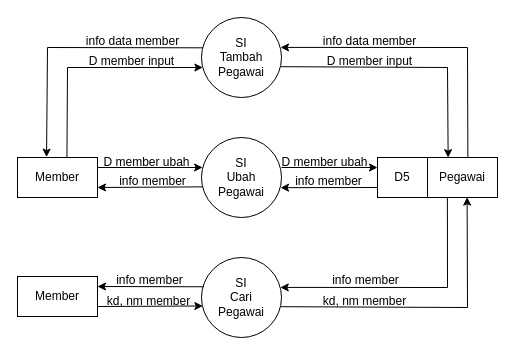
The draw.io diagram member 1.drawio in yogadwipayana/ERD, before the edit. Source tidied: cells renumbered, new cells numbered last; positions are measured from the earlier drawing's top-left corner, leaving out a move shared by most shapes. Both pictures are drawn from the tidied source at 100%, with x=0, y=0 at pixel (17, 17).
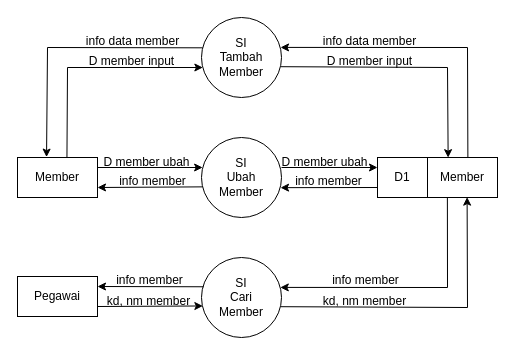
The same page after the edit.

What changed in the source:
```diff
@@
-    <mxCell id="3" value="SI&lt;div&gt;Ubah&lt;br&gt;&lt;div&gt;Pegawai&lt;/div&gt;&lt;/div&gt;" style="ellipse;whiteSpace=wrap;html=1;" parent="1" vertex="1">
+    <mxCell id="3" value="SI&lt;div&gt;Ubah&lt;br&gt;&lt;div&gt;Member&lt;/div&gt;&lt;/div&gt;" style="ellipse;whiteSpace=wrap;html=1;" parent="1" vertex="1">
       <mxGeometry x="184" y="120" width="80" height="80" as="geometry" />
     </mxCell>
-    <mxCell id="4" value="SI&lt;div&gt;Tambah&lt;br&gt;&lt;div&gt;Pegawai&lt;/div&gt;&lt;/div&gt;" style="ellipse;whiteSpace=wrap;html=1;" parent="1" vertex="1">
+    <mxCell id="4" value="SI&lt;div&gt;Tambah&lt;br&gt;&lt;div&gt;Member&lt;/div&gt;&lt;/div&gt;" style="ellipse;whiteSpace=wrap;html=1;" parent="1" vertex="1">
       <mxGeometry x="184" width="80" height="80" as="geometry" />
     </mxCell>
-    <mxCell id="5" value="SI&lt;div&gt;Cari&lt;br&gt;&lt;div&gt;Pegawai&lt;/div&gt;&lt;/div&gt;" style="ellipse;whiteSpace=wrap;html=1;" parent="1" vertex="1">
+    <mxCell id="5" value="SI&lt;div&gt;Cari&lt;br&gt;&lt;div&gt;Member&lt;/div&gt;&lt;/div&gt;" style="ellipse;whiteSpace=wrap;html=1;" parent="1" vertex="1">
       <mxGeometry x="184" y="240" width="80" height="80" as="geometry" />
     </mxCell>
@@
-    <mxCell id="10" value="Pegawai" style="rounded=0;whiteSpace=wrap;html=1;" parent="1" vertex="1">
+    <mxCell id="10" value="Member" style="rounded=0;whiteSpace=wrap;html=1;" parent="1" vertex="1">
       <mxGeometry x="410" y="140" width="70" height="40" as="geometry" />
     </mxCell>
-    <mxCell id="11" value="D5" style="rounded=0;whiteSpace=wrap;html=1;" parent="1" vertex="1">
+    <mxCell id="11" value="D1" style="rounded=0;whiteSpace=wrap;html=1;" parent="1" vertex="1">
       <mxGeometry x="360" y="140" width="50" height="40" as="geometry" />
     </mxCell>
@@
-    <mxCell id="30" value="Member" style="rounded=0;whiteSpace=wrap;html=1;" parent="1" vertex="1">
+    <mxCell id="30" value="Pegawai" style="rounded=0;whiteSpace=wrap;html=1;" parent="1" vertex="1">
       <mxGeometry y="259" width="80" height="40" as="geometry" />
     </mxCell>
```
